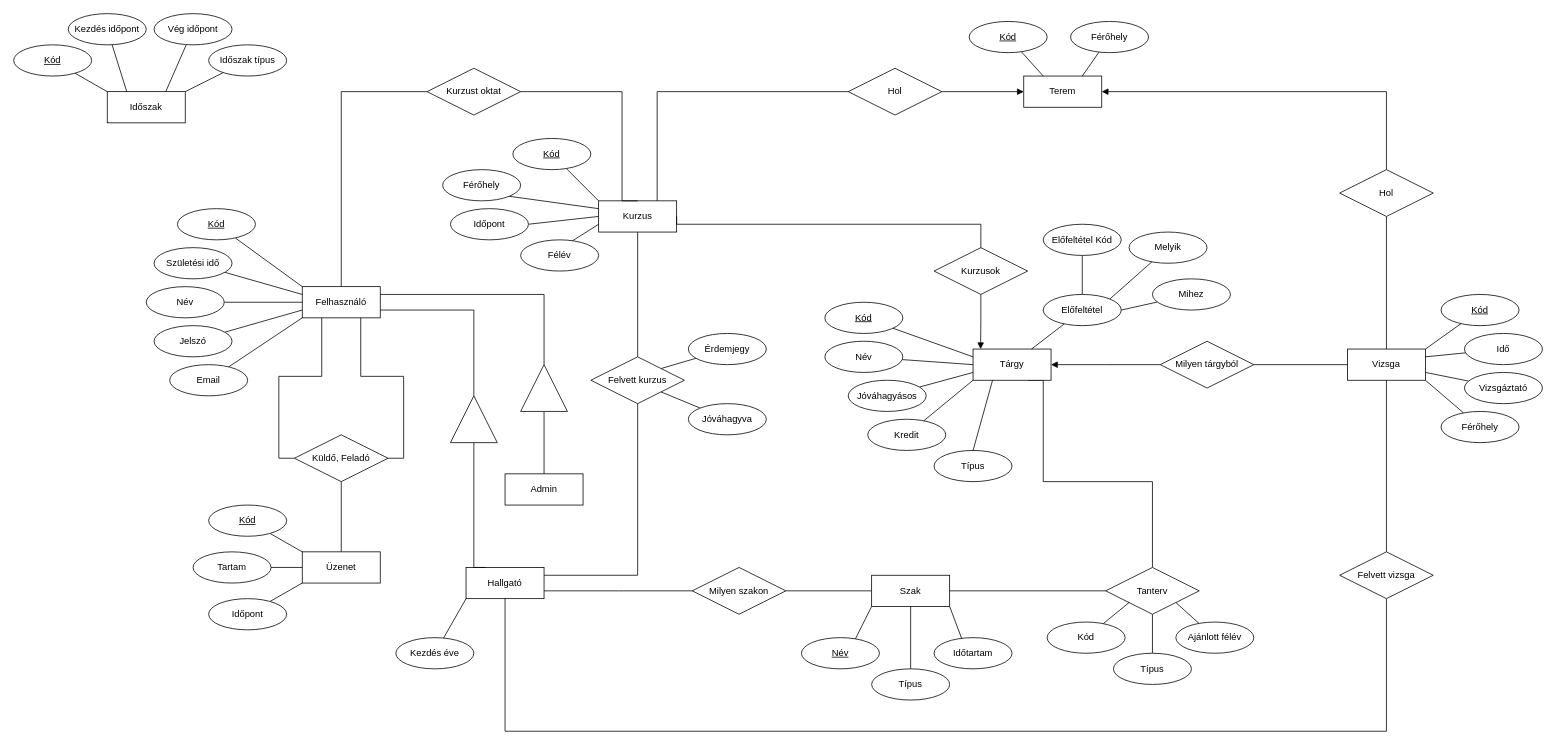
Before: ssadm/EK_diagram.drawio in SzoDavid/murica, a draw.io diagram. Source tidied: cells renumbered, new cells numbered last; positions are measured from the earlier drawing's top-left corner, leaving out a move shared by most shapes. Both pictures are drawn from the tidied source at 78%, with x=0, y=0 at pixel (13, 13).
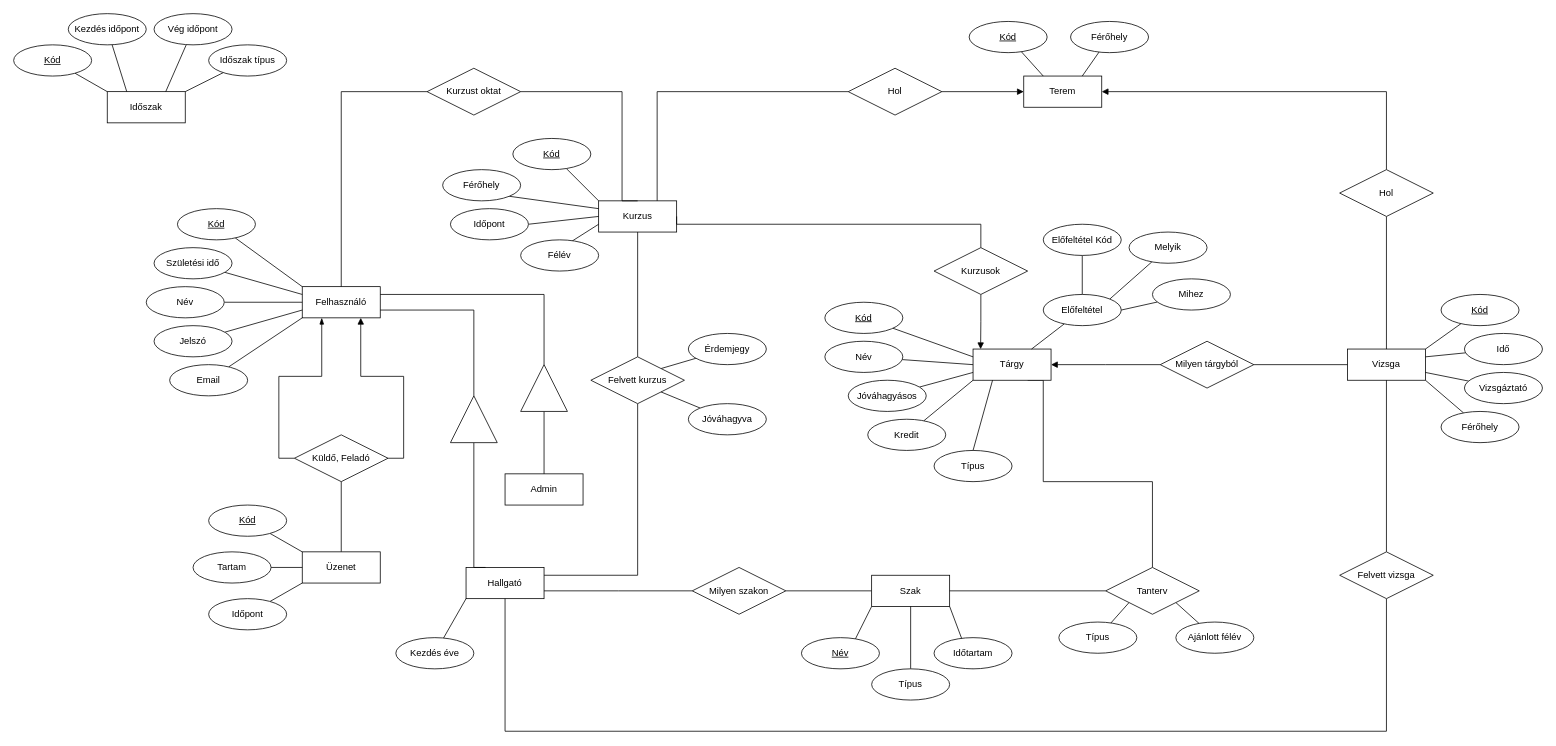
The same page after the edit.

The change refers to these unchanged cells:
```xml
<mxCell id="2" value="Felhasználó" style="whiteSpace=wrap;html=1;align=center;strokeColor=default;verticalAlign=middle;fontFamily=Helvetica;fontSize=12;fontColor=default;fillColor=default;" parent="1" vertex="1">
  <mxGeometry x="370" y="350" width="100" height="40" as="geometry" />
</mxCell>
<mxCell id="102" value="Küldő, Feladó" style="shape=rhombus;perimeter=rhombusPerimeter;whiteSpace=wrap;html=1;align=center;strokeColor=default;verticalAlign=middle;fontFamily=Helvetica;fontSize=12;fontColor=default;fillColor=default;" parent="1" vertex="1">
  <mxGeometry x="360" y="540" width="120" height="60" as="geometry" />
</mxCell>
<mxCell id="122" value="Tanterv" style="shape=rhombus;perimeter=rhombusPerimeter;whiteSpace=wrap;html=1;align=center;" parent="1" vertex="1">
  <mxGeometry x="1400" y="710" width="120" height="60" as="geometry" />
</mxCell>
```

What changed in the source:
```diff
@@
-    <mxCell id="33" style="rounded=0;jettySize=auto;html=1;entryX=0.5;entryY=1;entryDx=0;entryDy=0;fontFamily=Helvetica;fontSize=12;fontColor=default;endArrow=none;endFill=0;" parent="1" edge="1" source="34" target="122">
+    <mxCell id="33" style="rounded=0;jettySize=auto;html=1;entryX=0;entryY=1;entryDx=0;entryDy=0;fontFamily=Helvetica;fontSize=12;fontColor=default;endArrow=none;endFill=0;" parent="1" edge="1" source="34" target="122">
       <mxGeometry relative="1" as="geometry" />
     </mxCell>
     <mxCell id="34" value="Típus" style="ellipse;whiteSpace=wrap;html=1;align=center;strokeColor=default;verticalAlign=middle;fontFamily=Helvetica;fontSize=12;fontColor=default;fillColor=default;" parent="1" vertex="1">
-      <mxGeometry x="1410" y="820" width="100" height="40" as="geometry" />
+      <mxGeometry x="1340" y="780" width="100" height="40" as="geometry" />
     </mxCell>
@@
-    <mxCell id="100" style="edgeStyle=orthogonalEdgeStyle;rounded=0;jettySize=auto;html=1;entryX=0.25;entryY=1;entryDx=0;entryDy=0;fontFamily=Helvetica;fontSize=12;fontColor=default;exitX=0;exitY=0.5;exitDx=0;exitDy=0;endArrow=none;endFill=0;" parent="1" edge="1" source="102" target="2">
+    <mxCell id="100" style="edgeStyle=orthogonalEdgeStyle;rounded=0;jettySize=auto;html=1;entryX=0.25;entryY=1;entryDx=0;entryDy=0;fontFamily=Helvetica;fontSize=12;fontColor=default;exitX=0;exitY=0.5;exitDx=0;exitDy=0;endArrow=blockThin;endFill=1;" parent="1" edge="1" source="102" target="2">
       <mxGeometry relative="1" as="geometry" />
     </mxCell>
-    <mxCell id="101" style="edgeStyle=orthogonalEdgeStyle;rounded=0;jettySize=auto;html=1;entryX=0.75;entryY=1;entryDx=0;entryDy=0;fontFamily=Helvetica;fontSize=12;fontColor=default;exitX=1;exitY=0.5;exitDx=0;exitDy=0;endArrow=none;endFill=0;" parent="1" edge="1" source="102" target="2">
+    <mxCell id="101" style="edgeStyle=orthogonalEdgeStyle;rounded=0;jettySize=auto;html=1;entryX=0.75;entryY=1;entryDx=0;entryDy=0;fontFamily=Helvetica;fontSize=12;fontColor=default;exitX=1;exitY=0.5;exitDx=0;exitDy=0;endArrow=block;endFill=1;" parent="1" edge="1" source="102" target="2">
       <mxGeometry relative="1" as="geometry" />
     </mxCell>
@@
-    <mxCell id="123" style="rounded=0;jettySize=auto;html=1;entryX=0;entryY=1;entryDx=0;entryDy=0;endArrow=none;endFill=0;" parent="1" edge="1" source="124" target="122">
-      <mxGeometry relative="1" as="geometry" />
-    </mxCell>
-    <mxCell id="124" value="Kód" style="ellipse;whiteSpace=wrap;html=1;align=center;" parent="1" vertex="1">
-      <mxGeometry x="1325" y="780" width="100" height="40" as="geometry" />
-    </mxCell>
```
